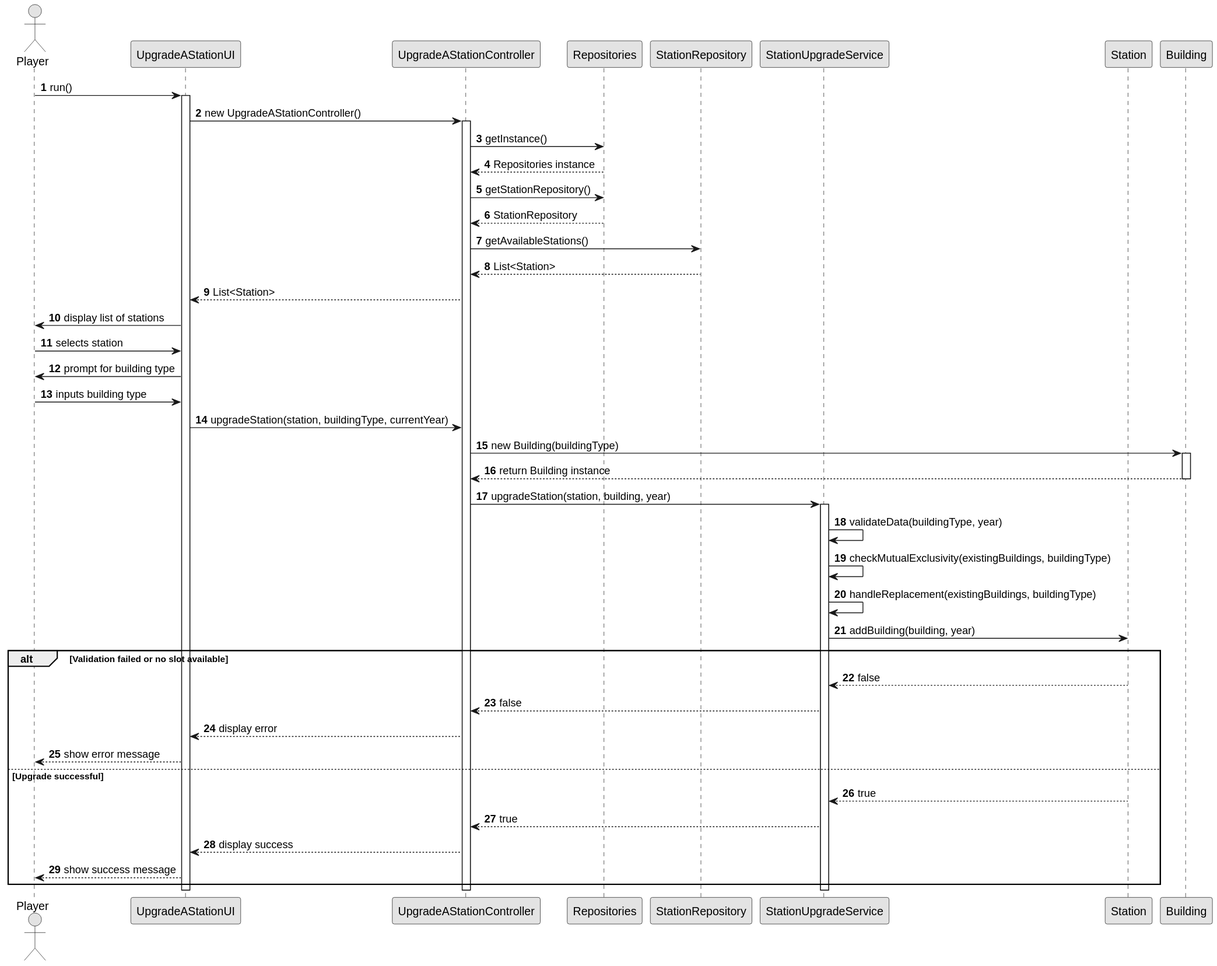
The PlantUML diagram docs/sprint2/us006/03.design/svg/us006-sequence-diagram-full.svg in ivasduarte/all-aboard, before a commit.
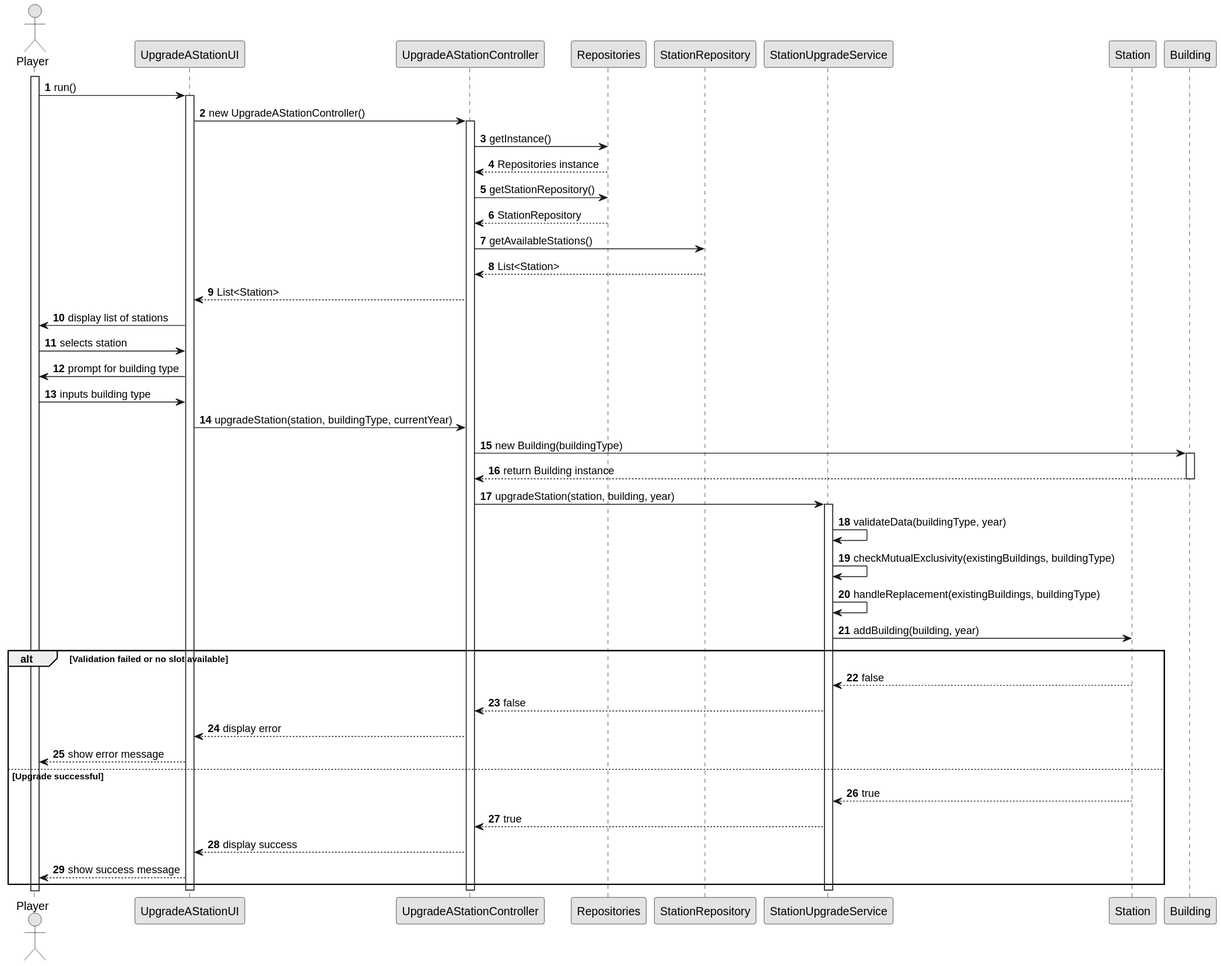
Above is the later version.

Change to the diagram source:
```diff
@@ -13,6 +13,9 @@
 participant "StationUpgradeService" as Station_UPG
 participant "Station" as Station
 participant "Building" as Building
+
+
+activate Player
 
 Player -> UI : run()
 activate UI
```
